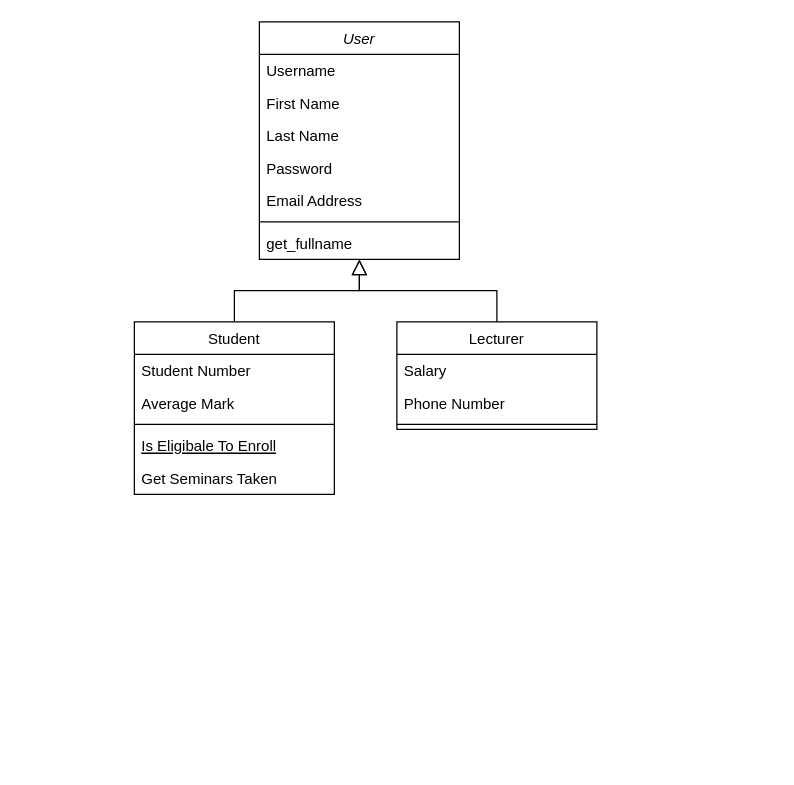
This is material/class_diagram.drawio from RuhollahSeka/TA_System, a draw.io file, before an edit. Source tidied: cells renumbered, new cells numbered last; positions are measured from the earlier drawing's top-left corner, leaving out a move shared by most shapes. Both pictures are drawn from the tidied source at 125%, with x=0, y=0 at pixel (134, 21).
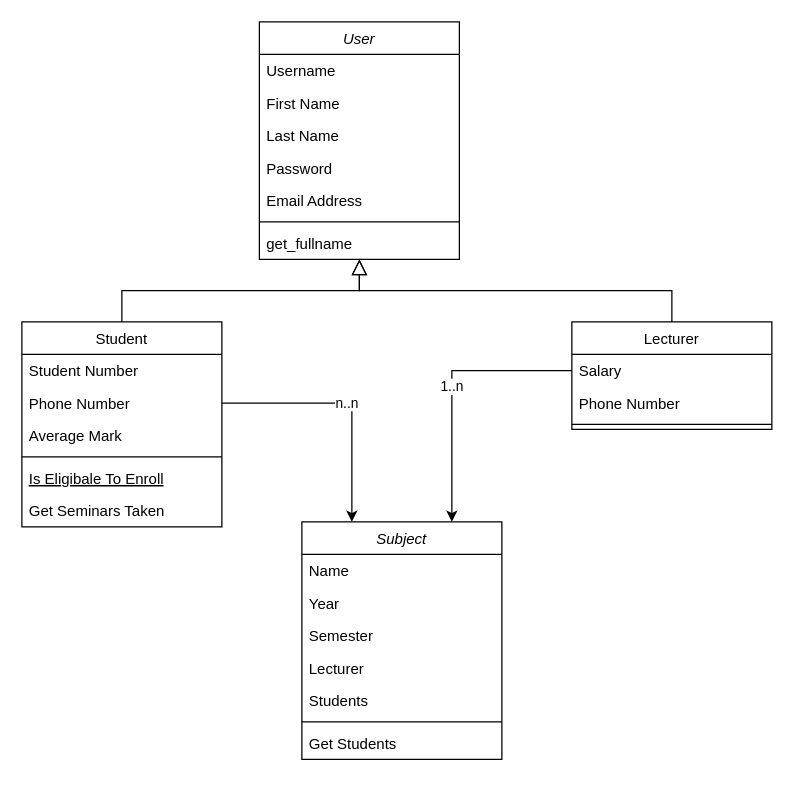
The same diagram, later.

The change refers to these unchanged cells:
```xml
<mxCell id="18" value="Salary" style="text;align=left;verticalAlign=top;spacingLeft=4;spacingRight=4;overflow=hidden;points=[[0,0.5],[1,0.5]];portConstraint=eastwest;" parent="17" vertex="1">
  <mxGeometry y="26" width="160" height="26" as="geometry" />
</mxCell>
```

Diff of the diagram source:
```diff
@@
     <mxCell id="10" value="Student" style="swimlane;fontStyle=0;align=center;verticalAlign=top;horizontal=1;startSize=26;rounded=0;shadow=0;strokeWidth=1;" parent="1" vertex="1">
-      <mxGeometry y="240" width="160" height="138" as="geometry" />
+      <mxGeometry x="-90" y="240" width="160" height="164" as="geometry" />
     </mxCell>
@@
+    <mxCell id="22" value="Phone Number" style="text;align=left;verticalAlign=top;spacingLeft=4;spacingRight=4;overflow=hidden;points=[[0,0.5],[1,0.5]];portConstraint=eastwest;rounded=0;shadow=0;html=0;" parent="10" vertex="1">
+      <mxGeometry y="52" width="160" height="26" as="geometry" />
+    </mxCell>
     <mxCell id="12" value="Average Mark" style="text;align=left;verticalAlign=top;spacingLeft=4;spacingRight=4;overflow=hidden;rounded=0;shadow=0;html=0;" parent="10" vertex="1">
-      <mxGeometry y="52" width="160" height="26" as="geometry" />
+      <mxGeometry y="78" width="160" height="26" as="geometry" />
     </mxCell>
     <mxCell id="13" style="line;html=1;strokeWidth=1;align=left;verticalAlign=middle;spacingTop=-1;spacingLeft=3;spacingRight=3;labelPosition=right;" parent="10" vertex="1">
-      <mxGeometry y="78" width="160" height="8" as="geometry" />
+      <mxGeometry y="104" width="160" height="8" as="geometry" />
     </mxCell>
     <mxCell id="14" value="Is Eligibale To Enroll" style="text;align=left;verticalAlign=top;spacingLeft=4;spacingRight=4;overflow=hidden;fontStyle=4;" parent="10" vertex="1">
-      <mxGeometry y="86" width="160" height="26" as="geometry" />
+      <mxGeometry y="112" width="160" height="26" as="geometry" />
     </mxCell>
     <mxCell id="15" value="Get Seminars Taken" style="text;align=left;verticalAlign=top;spacingLeft=4;spacingRight=4;overflow=hidden;" parent="10" vertex="1">
-      <mxGeometry y="112" width="160" height="26" as="geometry" />
+      <mxGeometry y="138" width="160" height="26" as="geometry" />
     </mxCell>
@@
     <mxCell id="17" value="Lecturer" style="swimlane;fontStyle=0;align=center;verticalAlign=top;horizontal=1;startSize=26;rounded=0;shadow=0;strokeWidth=1;" parent="1" vertex="1">
-      <mxGeometry x="210" y="240" width="160" height="86" as="geometry" />
+      <mxGeometry x="350" y="240" width="160" height="86" as="geometry" />
     </mxCell>
@@
+    <mxCell id="23" value="Subject" style="swimlane;fontStyle=2;align=center;verticalAlign=top;horizontal=1;startSize=26;rounded=0;shadow=0;strokeWidth=1;" parent="1" vertex="1">
+      <mxGeometry x="134" y="400" width="160" height="190" as="geometry" />
+    </mxCell>
+    <mxCell id="24" value="Name" style="text;align=left;verticalAlign=top;spacingLeft=4;spacingRight=4;overflow=hidden;" parent="23" vertex="1">
+      <mxGeometry y="26" width="160" height="26" as="geometry" />
+    </mxCell>
+    <mxCell id="25" value="Year" style="text;align=left;verticalAlign=top;spacingLeft=4;spacingRight=4;overflow=hidden;" parent="23" vertex="1">
+      <mxGeometry y="52" width="160" height="26" as="geometry" />
+    </mxCell>
+    <mxCell id="26" value="Semester" style="text;align=left;verticalAlign=top;spacingLeft=4;spacingRight=4;overflow=hidden;" parent="23" vertex="1">
+      <mxGeometry y="78" width="160" height="26" as="geometry" />
+    </mxCell>
+    <mxCell id="27" value="Lecturer" style="text;align=left;verticalAlign=top;spacingLeft=4;spacingRight=4;overflow=hidden;rounded=0;shadow=0;html=0;" parent="23" vertex="1">
+      <mxGeometry y="104" width="160" height="26" as="geometry" />
+    </mxCell>
+    <mxCell id="28" value="Students" style="text;align=left;verticalAlign=top;spacingLeft=4;spacingRight=4;overflow=hidden;rounded=0;shadow=0;html=0;" parent="23" vertex="1">
+      <mxGeometry y="130" width="160" height="26" as="geometry" />
+    </mxCell>
+    <mxCell id="29" style="line;html=1;strokeWidth=1;align=left;verticalAlign=middle;spacingTop=-1;spacingLeft=3;spacingRight=3;labelPosition=right;" parent="23" vertex="1">
+      <mxGeometry y="156" width="160" height="8" as="geometry" />
+    </mxCell>
+    <mxCell id="30" value="Get Students" style="text;align=left;verticalAlign=top;spacingLeft=4;spacingRight=4;overflow=hidden;" parent="23" vertex="1">
+      <mxGeometry y="164" width="160" height="26" as="geometry" />
+    </mxCell>
+    <mxCell id="31" value="1..n" style="edgeStyle=orthogonalEdgeStyle;rounded=0;jettySize=auto;html=1;exitX=0;exitY=0.5;exitDx=0;exitDy=0;entryX=0.75;entryY=0;entryDx=0;entryDy=0;" parent="1" edge="1" source="18" target="23">
+      <mxGeometry relative="1" as="geometry" />
+    </mxCell>
+    <mxCell id="32" value="n..n" style="edgeStyle=orthogonalEdgeStyle;rounded=0;jettySize=auto;html=1;exitX=1;exitY=0.5;exitDx=0;exitDy=0;entryX=0.25;entryY=0;entryDx=0;entryDy=0;" parent="1" edge="1" source="22" target="23">
+      <mxGeometry relative="1" as="geometry" />
+    </mxCell>
```
